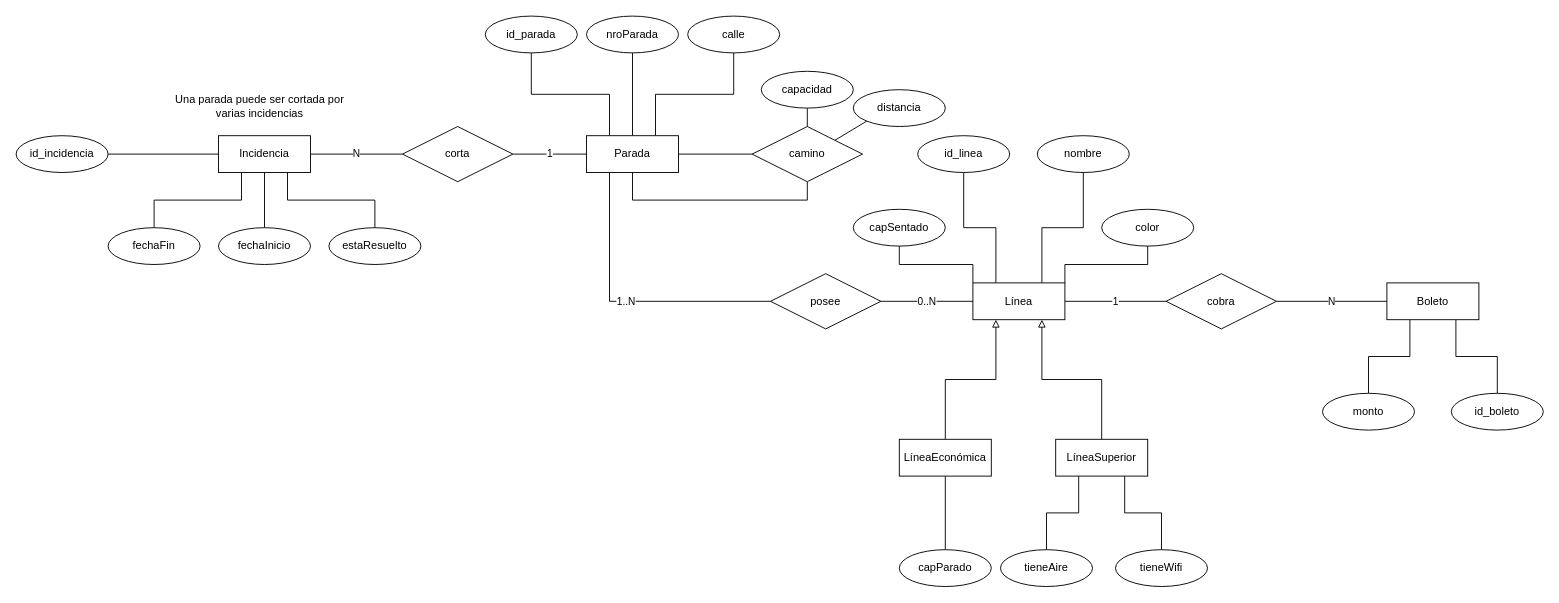
Above: entidad.drawio in Totremont/TP-Java-JGraph (draw.io), before the change. Source tidied: cells renumbered, new cells numbered last; positions are measured from the earlier drawing's top-left corner, leaving out a move shared by most shapes. Both pictures are drawn from the tidied source at 92%, with x=0, y=0 at pixel (16, 16).
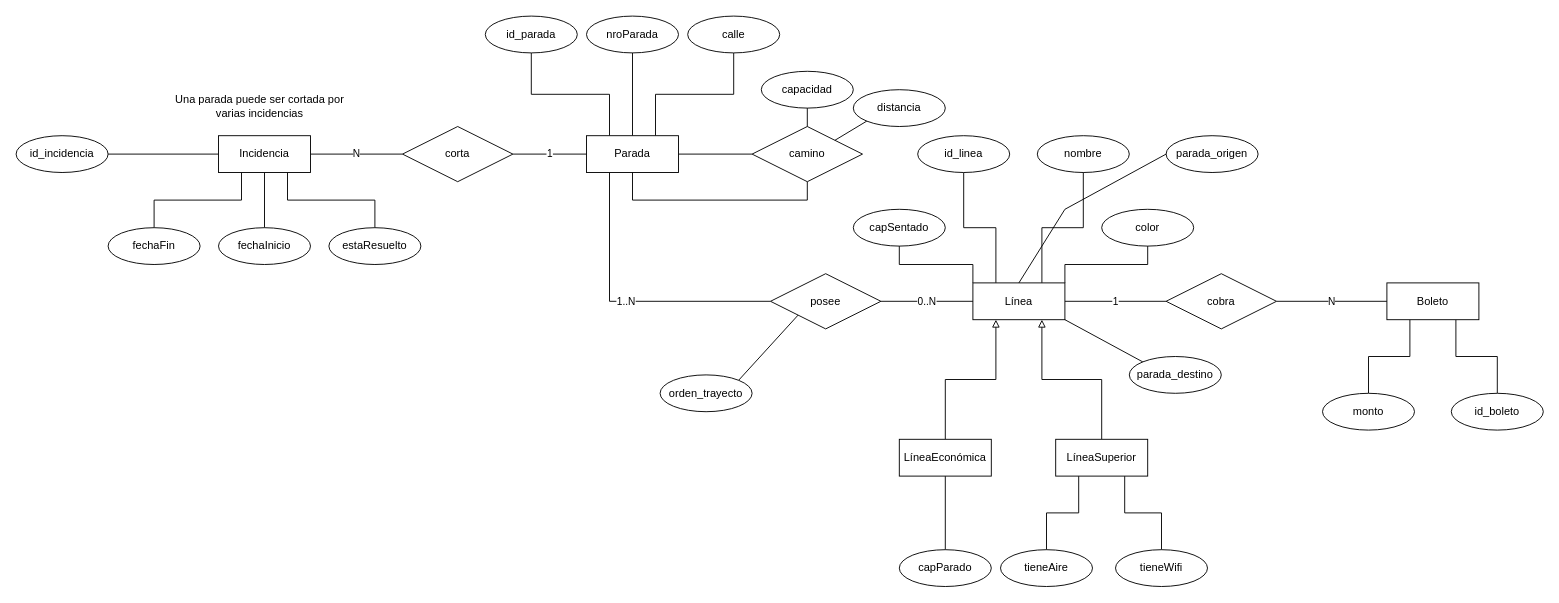
The same diagram, later.

Unchanged cells that the change refers to:
```xml
<mxCell id="18" value="Línea" style="whiteSpace=wrap;html=1;align=center;" parent="1" vertex="1">
  <mxGeometry x="1040" y="290" width="100" height="40" as="geometry" />
</mxCell>
<mxCell id="48" value="posee" style="shape=rhombus;perimeter=rhombusPerimeter;whiteSpace=wrap;html=1;align=center;" parent="1" vertex="1">
  <mxGeometry x="820" y="280" width="120" height="60" as="geometry" />
</mxCell>
```

The edit, as a diff of the source:
```diff
@@
+    <mxCell id="59" value="orden_trayecto" style="ellipse;whiteSpace=wrap;html=1;align=center;" parent="1" vertex="1">
+      <mxGeometry x="700" y="390" width="100" height="40" as="geometry" />
+    </mxCell>
+    <mxCell id="60" style="endArrow=none;html=1;rounded=0;entryX=0;entryY=1;entryDx=0;entryDy=0;exitX=1;exitY=0;exitDx=0;exitDy=0;" parent="1" edge="1" source="59" target="48">
+      <mxGeometry relative="1" as="geometry" />
+    </mxCell>
+    <mxCell id="61" value="&lt;div&gt;parada_origen&lt;/div&gt;" style="ellipse;whiteSpace=wrap;html=1;align=center;" parent="1" vertex="1">
+      <mxGeometry x="1250" y="130" width="100" height="40" as="geometry" />
+    </mxCell>
+    <mxCell id="62" value="&lt;div&gt;parada_destino&lt;/div&gt;" style="ellipse;whiteSpace=wrap;html=1;align=center;" parent="1" vertex="1">
+      <mxGeometry x="1210" y="370" width="100" height="40" as="geometry" />
+    </mxCell>
+    <mxCell id="63" style="endArrow=none;html=1;rounded=0;entryX=0;entryY=0.5;entryDx=0;entryDy=0;exitX=0.5;exitY=0;exitDx=0;exitDy=0;" parent="1" edge="1" source="18" target="61">
+      <mxGeometry relative="1" as="geometry">
+        <Array as="points">
+          <mxPoint x="1140" y="210" />
+        </Array>
+      </mxGeometry>
+    </mxCell>
+    <mxCell id="64" style="endArrow=none;html=1;rounded=0;entryX=0;entryY=0;entryDx=0;entryDy=0;exitX=1;exitY=1;exitDx=0;exitDy=0;" parent="1" edge="1" source="18" target="62">
+      <mxGeometry relative="1" as="geometry" />
+    </mxCell>
```
